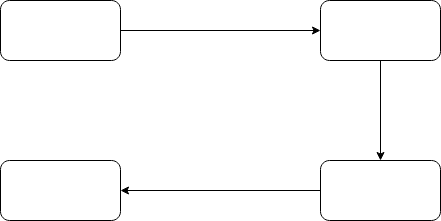
Before: ER Diagram.drawio.png, a diagram exported from draw.io (ThenmozhiBalasubramanian/mcaProjectDiagram). Source tidied: cells renumbered, new cells last; positions are measured from the earlier drawing's top-left corner, leaving out a move shared by most shapes.
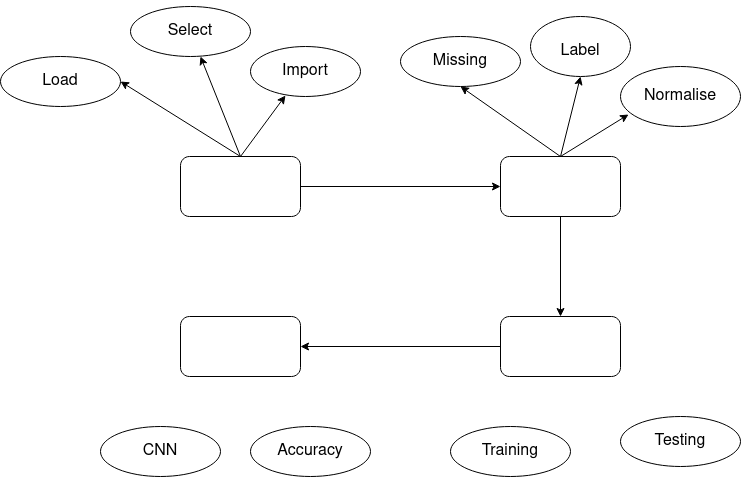
After the commit.

The edit, as a diff of the source:
```diff
@@ -23,5 +23,85 @@
     <mxCell id="8" style="rounded=1;whiteSpace=wrap;html=1;" parent="1" vertex="1">
       <mxGeometry width="120" height="60" as="geometry" />
     </mxCell>
+    <mxCell id="9" style="ellipse;whiteSpace=wrap;html=1;" parent="1" vertex="1">
+      <mxGeometry x="-180" y="-100" width="120" height="50" as="geometry" />
+    </mxCell>
+    <mxCell id="10" style="ellipse;whiteSpace=wrap;html=1;" parent="1" vertex="1">
+      <mxGeometry x="70" y="-110" width="110" height="50" as="geometry" />
+    </mxCell>
+    <mxCell id="11" style="ellipse;whiteSpace=wrap;html=1;" parent="1" vertex="1">
+      <mxGeometry x="-50" y="-150" width="120" height="50" as="geometry" />
+    </mxCell>
+    <mxCell id="12" style="endArrow=classic;html=1;rounded=0;entryX=0.318;entryY=0.98;entryDx=0;entryDy=0;entryPerimeter=0;exitX=0.5;exitY=0;exitDx=0;exitDy=0;" parent="1" edge="1" source="8" target="10">
+      <mxGeometry relative="1" as="geometry" />
+    </mxCell>
+    <mxCell id="13" style="endArrow=classic;html=1;rounded=0;exitX=0.5;exitY=0;exitDx=0;exitDy=0;entryX=0.583;entryY=1;entryDx=0;entryDy=0;entryPerimeter=0;" parent="1" edge="1" source="8" target="11">
+      <mxGeometry relative="1" as="geometry" />
+    </mxCell>
+    <mxCell id="14" style="endArrow=classic;html=1;rounded=0;entryX=1;entryY=0.5;entryDx=0;entryDy=0;exitX=0.5;exitY=0;exitDx=0;exitDy=0;" parent="1" edge="1" source="8" target="9">
+      <mxGeometry relative="1" as="geometry" />
+    </mxCell>
+    <mxCell id="15" value="&lt;h4 style=&quot;font-size: 16px;&quot;&gt;&lt;font style=&quot;font-size: 16px;&quot;&gt;&lt;span style=&quot;font-weight: normal;&quot;&gt;Load&lt;/span&gt;&lt;/font&gt;&lt;/h4&gt;" style="text;html=1;strokeColor=none;fillColor=none;align=center;verticalAlign=middle;whiteSpace=wrap;rounded=0;" parent="1" vertex="1">
+      <mxGeometry x="-150" y="-90" width="60" height="30" as="geometry" />
+    </mxCell>
+    <mxCell id="16" value="&lt;h4 style=&quot;font-size: 16px;&quot;&gt;&lt;span style=&quot;font-weight: normal;&quot;&gt;Select&lt;/span&gt;&lt;/h4&gt;" style="text;html=1;strokeColor=none;fillColor=none;align=center;verticalAlign=middle;whiteSpace=wrap;rounded=0;" parent="1" vertex="1">
+      <mxGeometry x="-20" y="-140" width="60" height="30" as="geometry" />
+    </mxCell>
+    <mxCell id="17" value="&lt;h4 style=&quot;font-size: 16px;&quot;&gt;&lt;span style=&quot;font-weight: normal;&quot;&gt;Import&lt;/span&gt;&lt;/h4&gt;" style="text;html=1;strokeColor=none;fillColor=none;align=center;verticalAlign=middle;whiteSpace=wrap;rounded=0;" parent="1" vertex="1">
+      <mxGeometry x="95" y="-100" width="60" height="30" as="geometry" />
+    </mxCell>
+    <mxCell id="18" value="&lt;h4 style=&quot;font-size: 16px;&quot;&gt;&lt;font style=&quot;font-size: 16px;&quot;&gt;&lt;span style=&quot;font-weight: normal;&quot;&gt;Accuracy&lt;/span&gt;&lt;/font&gt;&lt;/h4&gt;" style="text;html=1;strokeColor=none;fillColor=none;align=center;verticalAlign=middle;whiteSpace=wrap;rounded=0;" parent="1" vertex="1">
+      <mxGeometry x="100" y="280" width="60" height="30" as="geometry" />
+    </mxCell>
+    <mxCell id="19" value="&lt;h4 style=&quot;font-size: 16px;&quot;&gt;&lt;font style=&quot;font-size: 16px;&quot;&gt;&lt;span style=&quot;font-weight: normal;&quot;&gt;Label&lt;/span&gt;&lt;/font&gt;&lt;/h4&gt;" style="text;html=1;strokeColor=none;fillColor=none;align=center;verticalAlign=middle;whiteSpace=wrap;rounded=0;" parent="1" vertex="1">
+      <mxGeometry x="370" y="-120" width="60" height="30" as="geometry" />
+    </mxCell>
+    <mxCell id="20" value="&lt;h4&gt;&lt;font style=&quot;font-size: 16px;&quot;&gt;&lt;span style=&quot;font-weight: normal;&quot;&gt;Normalise&lt;/span&gt;&lt;/font&gt;&lt;/h4&gt;" style="text;html=1;strokeColor=none;fillColor=none;align=center;verticalAlign=middle;whiteSpace=wrap;rounded=0;" parent="1" vertex="1">
+      <mxGeometry x="470" y="-75" width="60" height="30" as="geometry" />
+    </mxCell>
+    <mxCell id="21" value="&lt;h4&gt;&lt;font style=&quot;font-size: 16px;&quot;&gt;&lt;span style=&quot;font-weight: normal;&quot;&gt;Missing&lt;/span&gt;&lt;/font&gt;&lt;/h4&gt;" style="text;html=1;strokeColor=none;fillColor=none;align=center;verticalAlign=middle;whiteSpace=wrap;rounded=0;" parent="1" vertex="1">
+      <mxGeometry x="250" y="-110" width="60" height="30" as="geometry" />
+    </mxCell>
+    <mxCell id="22" value="&lt;h4&gt;&lt;font style=&quot;font-size: 16px;&quot;&gt;&lt;span style=&quot;font-weight: normal;&quot;&gt;Training&lt;/span&gt;&lt;/font&gt;&lt;/h4&gt;" style="text;html=1;strokeColor=none;fillColor=none;align=center;verticalAlign=middle;whiteSpace=wrap;rounded=0;" parent="1" vertex="1">
+      <mxGeometry x="300" y="280" width="60" height="30" as="geometry" />
+    </mxCell>
+    <mxCell id="23" value="&lt;h4 style=&quot;font-size: 16px;&quot;&gt;&lt;font style=&quot;font-size: 16px;&quot;&gt;&lt;span style=&quot;font-weight: normal;&quot;&gt;Testing&lt;/span&gt;&lt;/font&gt;&lt;/h4&gt;" style="text;html=1;strokeColor=none;fillColor=none;align=center;verticalAlign=middle;whiteSpace=wrap;rounded=0;" parent="1" vertex="1">
+      <mxGeometry x="470" y="270" width="60" height="30" as="geometry" />
+    </mxCell>
+    <mxCell id="24" value="&lt;h4&gt;&lt;font size=&quot;1&quot;&gt;&lt;span style=&quot;font-weight: normal; font-size: 16px;&quot;&gt;CNN&lt;/span&gt;&lt;/font&gt;&lt;/h4&gt;" style="text;html=1;strokeColor=none;fillColor=none;align=center;verticalAlign=middle;whiteSpace=wrap;rounded=0;" parent="1" vertex="1">
+      <mxGeometry x="-50" y="280" width="60" height="30" as="geometry" />
+    </mxCell>
+    <mxCell id="25" style="ellipse;whiteSpace=wrap;html=1;fontSize=16;fillColor=none;" parent="1" vertex="1">
+      <mxGeometry x="220" y="-120" width="120" height="50" as="geometry" />
+    </mxCell>
+    <mxCell id="26" style="ellipse;whiteSpace=wrap;html=1;fontSize=16;fillColor=none;" parent="1" vertex="1">
+      <mxGeometry x="350" y="-140" width="100" height="60" as="geometry" />
+    </mxCell>
+    <mxCell id="27" style="ellipse;whiteSpace=wrap;html=1;fontSize=16;fillColor=none;" parent="1" vertex="1">
+      <mxGeometry x="440" y="-90" width="120" height="60" as="geometry" />
+    </mxCell>
+    <mxCell id="28" style="endArrow=classic;html=1;rounded=0;fontSize=16;entryX=0.5;entryY=1;entryDx=0;entryDy=0;" parent="1" edge="1" target="25">
+      <mxGeometry relative="1" as="geometry">
+        <mxPoint x="380" as="sourcePoint" />
+      </mxGeometry>
+    </mxCell>
+    <mxCell id="29" style="endArrow=classic;html=1;rounded=0;fontSize=16;exitX=0.5;exitY=0;exitDx=0;exitDy=0;entryX=0.5;entryY=1;entryDx=0;entryDy=0;entryPerimeter=0;" parent="1" edge="1" source="6" target="26">
+      <mxGeometry relative="1" as="geometry" />
+    </mxCell>
+    <mxCell id="30" style="endArrow=classic;html=1;rounded=0;fontSize=16;entryX=0.067;entryY=0.8;entryDx=0;entryDy=0;entryPerimeter=0;exitX=0.5;exitY=0;exitDx=0;exitDy=0;" parent="1" edge="1" source="6" target="27">
+      <mxGeometry relative="1" as="geometry" />
+    </mxCell>
+    <mxCell id="31" style="ellipse;whiteSpace=wrap;html=1;fillColor=none;" parent="1" vertex="1">
+      <mxGeometry x="-80" y="270" width="120" height="50" as="geometry" />
+    </mxCell>
+    <mxCell id="32" style="ellipse;whiteSpace=wrap;html=1;fillColor=none;" parent="1" vertex="1">
+      <mxGeometry x="70" y="270" width="120" height="50" as="geometry" />
+    </mxCell>
+    <mxCell id="33" style="ellipse;whiteSpace=wrap;html=1;fillColor=none;" parent="1" vertex="1">
+      <mxGeometry x="270" y="270" width="120" height="50" as="geometry" />
+    </mxCell>
+    <mxCell id="34" style="ellipse;whiteSpace=wrap;html=1;fillColor=none;" parent="1" vertex="1">
+      <mxGeometry x="440" y="260" width="120" height="50" as="geometry" />
+    </mxCell>
   </root>
 </mxGraphModel>
```
